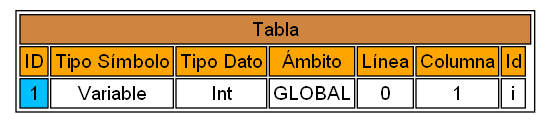
Earlier version of the Graphviz export Server_OLC2/imagenes/tabla.png (sebbbasdl/OLC2_P2_201906085). Its source is kept beside it as Server_OLC2/imagenes/tabla.dot.
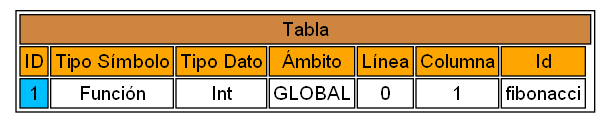
Above is the later version.

The edit, as a diff of the source:
```diff
@@ -2,6 +2,6 @@
   node [shape=none fontname=Helvetica]
   n1 [label = <<table>
     <tr><td colspan="9" bgcolor="Peru">Tabla</td></tr>
-    <tr><td bgcolor="orange">ID</td><td bgcolor="orange">Tipo Símbolo</td><td bgcolor="orange">Tipo Dato</td><td bgcolor="orange">Ámbito</td><td bgcolor="orange">Línea</td><td bgcolor="orange">Columna</td><td bgcolor="orange">Id</td></tr>    <tr><td bgcolor="#00bfff">1</td><td>Variable</td><td>Int</td><td>GLOBAL</td><td>0</td><td>1</td><td>i</td></tr>
+    <tr><td bgcolor="orange">ID</td><td bgcolor="orange">Tipo Símbolo</td><td bgcolor="orange">Tipo Dato</td><td bgcolor="orange">Ámbito</td><td bgcolor="orange">Línea</td><td bgcolor="orange">Columna</td><td bgcolor="orange">Id</td></tr>    <tr><td bgcolor="#00bfff">1</td><td>Función</td><td>Int</td><td>GLOBAL</td><td>0</td><td>1</td><td>fibonacci</td></tr>
   </table>> ]
 }
```
